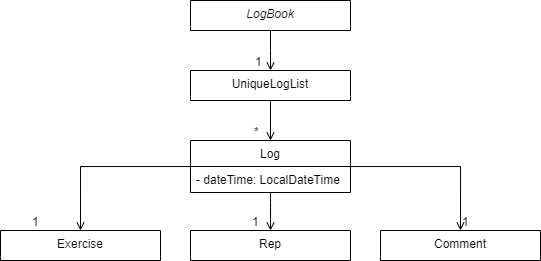
Above: docs/images/AddLogClassDiagram.png in nus-cs2103-AY2021S1/tp (draw.io), before the change. Source tidied: cells renumbered, new cells last; positions are measured from the earlier drawing's top-left corner, leaving out a move shared by most shapes. Source of this version:
```xml
<mxGraphModel>
  <root>
    <mxCell id="0" />
    <mxCell id="1" parent="0" />
    <mxCell id="2" value="LogBook" style="swimlane;fontStyle=2;align=center;verticalAlign=top;horizontal=1;startSize=26;rounded=0;shadow=0;strokeWidth=1;swimlaneLine=0;" parent="1" vertex="1">
      <mxGeometry x="190" width="160" height="30" as="geometry" />
    </mxCell>
    <mxCell id="3" value="Exercise" style="swimlane;fontStyle=0;align=center;verticalAlign=top;horizontal=1;startSize=26;rounded=0;shadow=0;strokeWidth=1;swimlaneLine=0;" parent="1" vertex="1">
      <mxGeometry y="230" width="160" height="30" as="geometry" />
    </mxCell>
    <mxCell id="4" style="edgeStyle=orthogonalEdgeStyle;rounded=0;jettySize=auto;html=1;entryX=0.5;entryY=0;entryDx=0;entryDy=0;endArrow=open;endFill=0;" parent="1" edge="1" source="7" target="14">
      <mxGeometry relative="1" as="geometry" />
    </mxCell>
    <mxCell id="5" style="edgeStyle=orthogonalEdgeStyle;rounded=0;jettySize=auto;html=1;entryX=0.5;entryY=0;entryDx=0;entryDy=0;endArrow=open;endFill=0;" parent="1" edge="1" source="7" target="3">
      <mxGeometry relative="1" as="geometry" />
    </mxCell>
    <mxCell id="6" style="edgeStyle=orthogonalEdgeStyle;curved=0;rounded=1;sketch=0;jettySize=auto;html=1;entryX=0.5;entryY=0;entryDx=0;entryDy=0;endArrow=open;endFill=0;" parent="1" edge="1" source="7" target="13">
      <mxGeometry relative="1" as="geometry" />
    </mxCell>
    <mxCell id="7" value="Log" style="swimlane;fontStyle=0;align=center;verticalAlign=top;horizontal=1;startSize=26;rounded=0;shadow=0;strokeWidth=1;" parent="1" vertex="1">
      <mxGeometry x="190" y="140" width="160" height="52" as="geometry" />
    </mxCell>
    <mxCell id="8" value="- dateTime: LocalDateTime" style="text;align=left;verticalAlign=top;spacingLeft=4;spacingRight=4;overflow=hidden;" parent="7" vertex="1">
      <mxGeometry y="26" width="160" height="26" as="geometry" />
    </mxCell>
    <mxCell id="9" style="edgeStyle=orthogonalEdgeStyle;rounded=0;jettySize=auto;html=1;exitX=0.5;exitY=1;exitDx=0;exitDy=0;entryX=0.5;entryY=0;entryDx=0;entryDy=0;endArrow=open;endFill=0;" parent="1" edge="1" source="10" target="7">
      <mxGeometry relative="1" as="geometry" />
    </mxCell>
    <mxCell id="10" value="UniqueLogList" style="swimlane;fontStyle=0;align=center;verticalAlign=top;horizontal=1;startSize=26;rounded=0;shadow=0;strokeWidth=1;swimlaneLine=0;" parent="1" vertex="1">
      <mxGeometry x="190" y="70" width="160" height="30" as="geometry" />
    </mxCell>
    <mxCell id="11" style="endArrow=open;shadow=0;strokeWidth=1;rounded=0;endFill=1;edgeStyle=elbowEdgeStyle;elbow=vertical;" parent="1" edge="1" source="2" target="10">
      <mxGeometry x="0.5" y="41" relative="1" as="geometry">
        <mxPoint x="-40" y="32" as="offset" />
      </mxGeometry>
    </mxCell>
    <mxCell id="12" value="1" style="align=right;verticalAlign=bottom;labelBackgroundColor=none;fontSize=12;" parent="11" vertex="1">
      <mxGeometry x="1" relative="1" as="geometry">
        <mxPoint x="-7" as="offset" />
      </mxGeometry>
    </mxCell>
    <mxCell id="13" value="Rep" style="swimlane;fontStyle=0;align=center;verticalAlign=top;horizontal=1;startSize=26;rounded=0;shadow=0;strokeWidth=1;swimlaneLine=0;" parent="1" vertex="1">
      <mxGeometry x="190" y="230" width="160" height="30" as="geometry" />
    </mxCell>
    <mxCell id="14" value="Comment" style="swimlane;fontStyle=0;align=center;verticalAlign=top;horizontal=1;startSize=26;rounded=0;shadow=0;strokeWidth=1;swimlaneLine=0;" parent="1" vertex="1">
      <mxGeometry x="380" y="230" width="160" height="30" as="geometry" />
    </mxCell>
    <mxCell id="15" value="*" style="align=right;verticalAlign=bottom;labelBackgroundColor=none;fontSize=12;" parent="1" vertex="1">
      <mxGeometry x="260" y="140" as="geometry" />
    </mxCell>
    <mxCell id="16" value="1" style="align=right;verticalAlign=bottom;labelBackgroundColor=none;fontSize=12;" parent="1" vertex="1">
      <mxGeometry x="40" y="230" as="geometry" />
    </mxCell>
    <mxCell id="17" value="1" style="align=right;verticalAlign=bottom;labelBackgroundColor=none;fontSize=12;" parent="1" vertex="1">
      <mxGeometry x="260" y="230" as="geometry" />
    </mxCell>
    <mxCell id="18" value="1" style="align=right;verticalAlign=bottom;labelBackgroundColor=none;fontSize=12;" parent="1" vertex="1">
      <mxGeometry x="470" y="230" as="geometry" />
    </mxCell>
  </root>
</mxGraphModel>
```
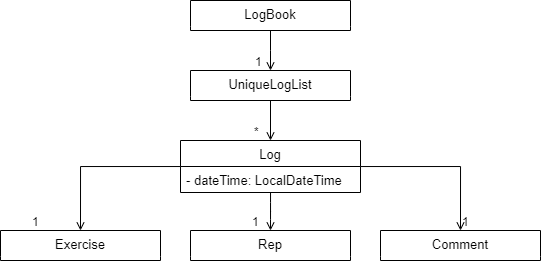
The same diagram one commit later.

What changed in the source:
```diff
@@ -2,10 +2,10 @@
   <root>
     <mxCell id="0" />
     <mxCell id="1" parent="0" />
-    <mxCell id="2" value="LogBook" style="swimlane;fontStyle=2;align=center;verticalAlign=top;horizontal=1;startSize=26;rounded=0;shadow=0;strokeWidth=1;swimlaneLine=0;" parent="1" vertex="1">
+    <mxCell id="2" value="LogBook" style="swimlane;fontStyle=0;align=center;verticalAlign=top;horizontal=1;startSize=26;rounded=0;shadow=0;strokeWidth=1;swimlaneLine=0;fontSize=13;" parent="1" vertex="1">
       <mxGeometry x="190" width="160" height="30" as="geometry" />
     </mxCell>
-    <mxCell id="3" value="Exercise" style="swimlane;fontStyle=0;align=center;verticalAlign=top;horizontal=1;startSize=26;rounded=0;shadow=0;strokeWidth=1;swimlaneLine=0;" parent="1" vertex="1">
+    <mxCell id="3" value="Exercise" style="swimlane;fontStyle=0;align=center;verticalAlign=top;horizontal=1;startSize=26;rounded=0;shadow=0;strokeWidth=1;swimlaneLine=0;fontSize=13;" parent="1" vertex="1">
       <mxGeometry y="230" width="160" height="30" as="geometry" />
     </mxCell>
     <mxCell id="4" style="edgeStyle=orthogonalEdgeStyle;rounded=0;jettySize=auto;html=1;entryX=0.5;entryY=0;entryDx=0;entryDy=0;endArrow=open;endFill=0;" parent="1" edge="1" source="7" target="14">
@@ -17,16 +17,16 @@
     <mxCell id="6" style="edgeStyle=orthogonalEdgeStyle;curved=0;rounded=1;sketch=0;jettySize=auto;html=1;entryX=0.5;entryY=0;entryDx=0;entryDy=0;endArrow=open;endFill=0;" parent="1" edge="1" source="7" target="13">
       <mxGeometry relative="1" as="geometry" />
     </mxCell>
-    <mxCell id="7" value="Log" style="swimlane;fontStyle=0;align=center;verticalAlign=top;horizontal=1;startSize=26;rounded=0;shadow=0;strokeWidth=1;" parent="1" vertex="1">
-      <mxGeometry x="190" y="140" width="160" height="52" as="geometry" />
+    <mxCell id="7" value="Log" style="swimlane;fontStyle=0;align=center;verticalAlign=top;horizontal=1;startSize=26;rounded=0;shadow=0;strokeWidth=1;fontSize=13;" parent="1" vertex="1">
+      <mxGeometry x="180" y="140" width="180" height="52" as="geometry" />
     </mxCell>
-    <mxCell id="8" value="- dateTime: LocalDateTime" style="text;align=left;verticalAlign=top;spacingLeft=4;spacingRight=4;overflow=hidden;" parent="7" vertex="1">
-      <mxGeometry y="26" width="160" height="26" as="geometry" />
+    <mxCell id="8" value="- dateTime: LocalDateTime" style="text;align=left;verticalAlign=top;spacingLeft=4;spacingRight=4;overflow=hidden;fontSize=13;" parent="7" vertex="1">
+      <mxGeometry y="26" width="180" height="26" as="geometry" />
     </mxCell>
     <mxCell id="9" style="edgeStyle=orthogonalEdgeStyle;rounded=0;jettySize=auto;html=1;exitX=0.5;exitY=1;exitDx=0;exitDy=0;entryX=0.5;entryY=0;entryDx=0;entryDy=0;endArrow=open;endFill=0;" parent="1" edge="1" source="10" target="7">
       <mxGeometry relative="1" as="geometry" />
     </mxCell>
-    <mxCell id="10" value="UniqueLogList" style="swimlane;fontStyle=0;align=center;verticalAlign=top;horizontal=1;startSize=26;rounded=0;shadow=0;strokeWidth=1;swimlaneLine=0;" parent="1" vertex="1">
+    <mxCell id="10" value="UniqueLogList" style="swimlane;fontStyle=0;align=center;verticalAlign=top;horizontal=1;startSize=26;rounded=0;shadow=0;strokeWidth=1;swimlaneLine=0;fontSize=13;" parent="1" vertex="1">
       <mxGeometry x="190" y="70" width="160" height="30" as="geometry" />
     </mxCell>
     <mxCell id="11" style="endArrow=open;shadow=0;strokeWidth=1;rounded=0;endFill=1;edgeStyle=elbowEdgeStyle;elbow=vertical;" parent="1" edge="1" source="2" target="10">
@@ -39,10 +39,10 @@
         <mxPoint x="-7" as="offset" />
       </mxGeometry>
     </mxCell>
-    <mxCell id="13" value="Rep" style="swimlane;fontStyle=0;align=center;verticalAlign=top;horizontal=1;startSize=26;rounded=0;shadow=0;strokeWidth=1;swimlaneLine=0;" parent="1" vertex="1">
+    <mxCell id="13" value="Rep" style="swimlane;fontStyle=0;align=center;verticalAlign=top;horizontal=1;startSize=26;rounded=0;shadow=0;strokeWidth=1;swimlaneLine=0;fontSize=13;" parent="1" vertex="1">
       <mxGeometry x="190" y="230" width="160" height="30" as="geometry" />
     </mxCell>
-    <mxCell id="14" value="Comment" style="swimlane;fontStyle=0;align=center;verticalAlign=top;horizontal=1;startSize=26;rounded=0;shadow=0;strokeWidth=1;swimlaneLine=0;" parent="1" vertex="1">
+    <mxCell id="14" value="Comment" style="swimlane;fontStyle=0;align=center;verticalAlign=top;horizontal=1;startSize=26;rounded=0;shadow=0;strokeWidth=1;swimlaneLine=0;fontSize=13;" parent="1" vertex="1">
       <mxGeometry x="380" y="230" width="160" height="30" as="geometry" />
     </mxCell>
     <mxCell id="15" value="*" style="align=right;verticalAlign=bottom;labelBackgroundColor=none;fontSize=12;" parent="1" vertex="1">
```
